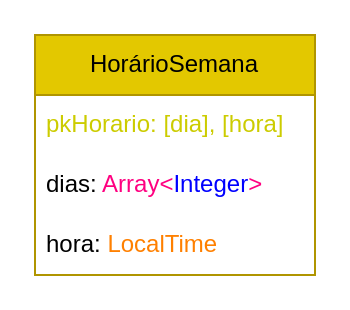
Before: page "Horário" (3 of 4) of documentação/ideias/diagrama_de_projeto.drawio in Creath-Noite-A/Agendamento-Documentacao, a draw.io diagram. Source tidied: cells renumbered, new cells numbered last; positions are measured from the earlier drawing's top-left corner, leaving out a move shared by most shapes. Both pictures are drawn from the tidied source at 200%, with x=0, y=0 at pixel (34, 34).
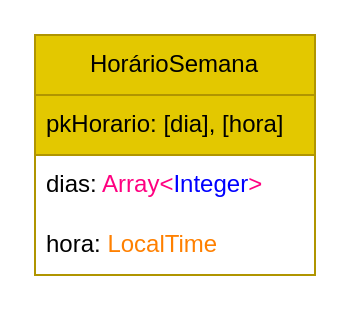
After the change.

Diff of the diagram source:
```diff
@@
 <mxGraphModel>
   <root>
     <mxCell id="0" />
     <mxCell id="1" parent="0" />
     <mxCell id="2" value="HorárioSemana" style="swimlane;fontStyle=0;horizontal=1;startSize=30;whiteSpace=wrap;html=1;fillColor=#e3c800;strokeColor=#B09500;fontColor=#000000;" parent="1" vertex="1">
       <mxGeometry width="140" height="120" as="geometry" />
     </mxCell>
-    <mxCell id="3" value="pkHorario: [&lt;font&gt;dia&lt;/font&gt;], [&lt;font&gt;hora&lt;/font&gt;]" style="text;strokeColor=none;fillColor=none;align=left;verticalAlign=middle;spacingLeft=4;spacingRight=4;overflow=hidden;whiteSpace=wrap;html=1;fontColor=#CCCC00;" parent="2" vertex="1">
+    <mxCell id="3" value="pkHorario: [&lt;font&gt;dia&lt;/font&gt;], [&lt;font&gt;hora&lt;/font&gt;]" style="text;strokeColor=#B09500;fillColor=#e3c800;align=left;verticalAlign=middle;spacingLeft=4;spacingRight=4;overflow=hidden;whiteSpace=wrap;html=1;fontColor=#000000;" parent="2" vertex="1">
       <mxGeometry y="30" width="140" height="30" as="geometry" />
     </mxCell>
     <mxCell id="4" value="dias: &lt;font color=&quot;#ff0080&quot;&gt;Array&amp;lt;&lt;/font&gt;&lt;font color=&quot;#0000ff&quot;&gt;Integer&lt;/font&gt;&lt;font color=&quot;#ff0080&quot;&gt;&amp;gt;&lt;/font&gt;" style="text;strokeColor=none;fillColor=none;align=left;verticalAlign=middle;spacingLeft=4;spacingRight=4;overflow=hidden;whiteSpace=wrap;html=1;" parent="2" vertex="1">
       <mxGeometry y="60" width="140" height="30" as="geometry" />
     </mxCell>
     <mxCell id="5" value="hora: &lt;font color=&quot;#ff8000&quot;&gt;LocalTime&lt;/font&gt;" style="text;strokeColor=none;fillColor=none;align=left;verticalAlign=middle;spacingLeft=4;spacingRight=4;overflow=hidden;whiteSpace=wrap;html=1;" parent="2" vertex="1">
       <mxGeometry y="90" width="140" height="30" as="geometry" />
     </mxCell>
   </root>
 </mxGraphModel>
```
